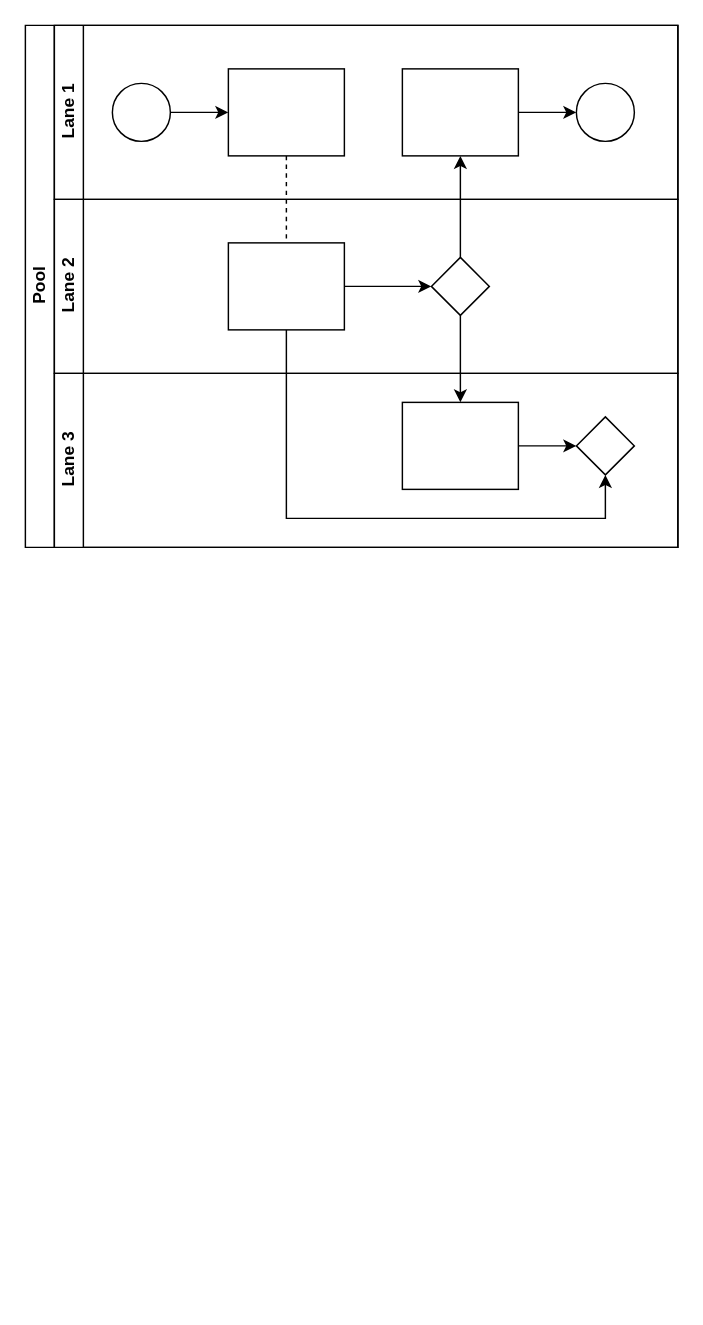
Before: Untitled Diagram.drawio in kieuluat/form, a draw.io diagram. Source tidied: cells renumbered, new cells numbered last; positions are measured from the earlier drawing's top-left corner, leaving out a move shared by most shapes. Both pictures are drawn from the tidied source at 145%, with x=0, y=0 at pixel (25, 25).
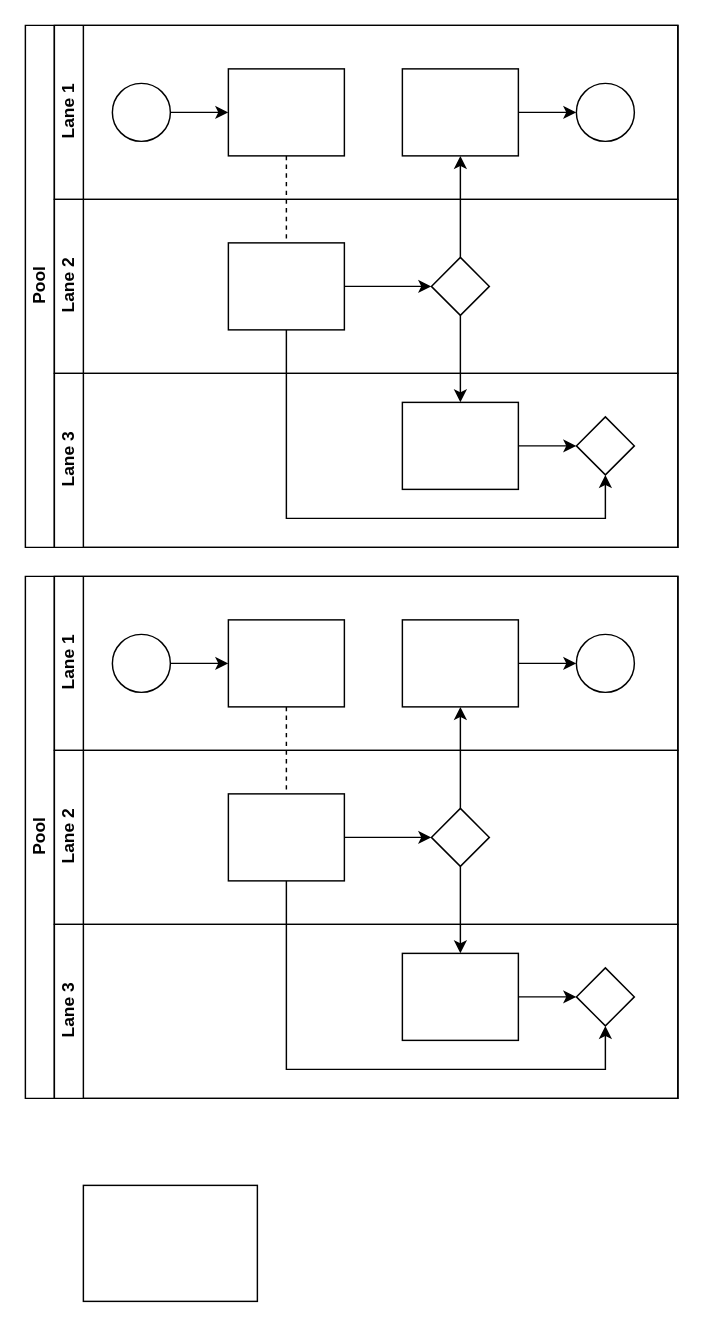
The same page after the edit.

Change to the diagram source:
```diff
@@
+    <mxCell id="22" value="Pool" style="swimlane;html=1;horizontal=0;startSize=20;" parent="1" vertex="1">
+      <mxGeometry y="380" width="450" height="360" as="geometry" />
+    </mxCell>
+    <mxCell id="23" style="edgeStyle=orthogonalEdgeStyle;rounded=0;jettySize=auto;html=1;dashed=1;endArrow=none;endFill=0;" parent="22" edge="1" source="30" target="36">
+      <mxGeometry relative="1" as="geometry" />
+    </mxCell>
+    <mxCell id="24" style="edgeStyle=orthogonalEdgeStyle;rounded=0;jettySize=auto;html=1;endArrow=classic;endFill=1;" parent="22" edge="1" source="37" target="32">
+      <mxGeometry relative="1" as="geometry" />
+    </mxCell>
+    <mxCell id="25" style="edgeStyle=orthogonalEdgeStyle;rounded=0;jettySize=auto;html=1;endArrow=classic;endFill=1;" parent="22" edge="1" source="37" target="40">
+      <mxGeometry relative="1" as="geometry" />
+    </mxCell>
+    <mxCell id="26" style="edgeStyle=orthogonalEdgeStyle;rounded=0;jettySize=auto;html=1;endArrow=classic;endFill=1;" parent="22" edge="1" source="36" target="41">
+      <mxGeometry relative="1" as="geometry">
+        <Array as="points">
+          <mxPoint x="180" y="340" />
+          <mxPoint x="400" y="340" />
+        </Array>
+      </mxGeometry>
+    </mxCell>
+    <mxCell id="27" value="Lane 1" style="swimlane;html=1;startSize=20;horizontal=0;" parent="22" vertex="1">
+      <mxGeometry x="20" width="430" height="120" as="geometry" />
+    </mxCell>
+    <mxCell id="28" style="edgeStyle=orthogonalEdgeStyle;rounded=0;jettySize=auto;html=1;" parent="27" edge="1" source="29" target="30">
+      <mxGeometry relative="1" as="geometry" />
+    </mxCell>
+    <mxCell id="29" style="ellipse;whiteSpace=wrap;html=1;" parent="27" vertex="1">
+      <mxGeometry x="40" y="40" width="40" height="40" as="geometry" />
+    </mxCell>
+    <mxCell id="30" style="rounded=0;whiteSpace=wrap;html=1;fontFamily=Helvetica;fontSize=12;fontColor=#000000;align=center;" parent="27" vertex="1">
+      <mxGeometry x="120" y="30" width="80" height="60" as="geometry" />
+    </mxCell>
+    <mxCell id="31" style="edgeStyle=orthogonalEdgeStyle;rounded=0;jettySize=auto;html=1;endArrow=classic;endFill=1;" parent="27" edge="1" source="32" target="33">
+      <mxGeometry relative="1" as="geometry" />
+    </mxCell>
+    <mxCell id="32" style="rounded=0;whiteSpace=wrap;html=1;fontFamily=Helvetica;fontSize=12;fontColor=#000000;align=center;" parent="27" vertex="1">
+      <mxGeometry x="240" y="30" width="80" height="60" as="geometry" />
+    </mxCell>
+    <mxCell id="33" style="ellipse;whiteSpace=wrap;html=1;" parent="27" vertex="1">
+      <mxGeometry x="360" y="40" width="40" height="40" as="geometry" />
+    </mxCell>
+    <mxCell id="34" value="Lane 2" style="swimlane;html=1;startSize=20;horizontal=0;" parent="22" vertex="1">
+      <mxGeometry x="20" y="120" width="430" height="120" as="geometry" />
+    </mxCell>
+    <mxCell id="35" style="edgeStyle=orthogonalEdgeStyle;rounded=0;jettySize=auto;html=1;endArrow=classic;endFill=1;" parent="34" edge="1" source="36" target="37">
+      <mxGeometry relative="1" as="geometry" />
+    </mxCell>
+    <mxCell id="36" style="rounded=0;whiteSpace=wrap;html=1;fontFamily=Helvetica;fontSize=12;fontColor=#000000;align=center;" parent="34" vertex="1">
+      <mxGeometry x="120" y="30" width="80" height="60" as="geometry" />
+    </mxCell>
+    <mxCell id="37" style="rhombus;whiteSpace=wrap;html=1;fontFamily=Helvetica;fontSize=12;fontColor=#000000;align=center;" parent="34" vertex="1">
+      <mxGeometry x="260" y="40" width="40" height="40" as="geometry" />
+    </mxCell>
+    <mxCell id="38" value="Lane 3" style="swimlane;html=1;startSize=20;horizontal=0;" parent="22" vertex="1">
+      <mxGeometry x="20" y="240" width="430" height="120" as="geometry" />
+    </mxCell>
+    <mxCell id="39" style="edgeStyle=orthogonalEdgeStyle;rounded=0;jettySize=auto;html=1;endArrow=classic;endFill=1;" parent="38" edge="1" source="40" target="41">
+      <mxGeometry relative="1" as="geometry" />
+    </mxCell>
+    <mxCell id="40" style="rounded=0;whiteSpace=wrap;html=1;fontFamily=Helvetica;fontSize=12;fontColor=#000000;align=center;" parent="38" vertex="1">
+      <mxGeometry x="240" y="20" width="80" height="60" as="geometry" />
+    </mxCell>
+    <mxCell id="41" style="rhombus;whiteSpace=wrap;html=1;fontFamily=Helvetica;fontSize=12;fontColor=#000000;align=center;" parent="38" vertex="1">
+      <mxGeometry x="360" y="30" width="40" height="40" as="geometry" />
+    </mxCell>
+    <mxCell id="42" style="rounded=0;whiteSpace=wrap;html=1;" parent="1" vertex="1">
+      <mxGeometry x="40" y="800" width="120" height="80" as="geometry" />
+    </mxCell>
```
